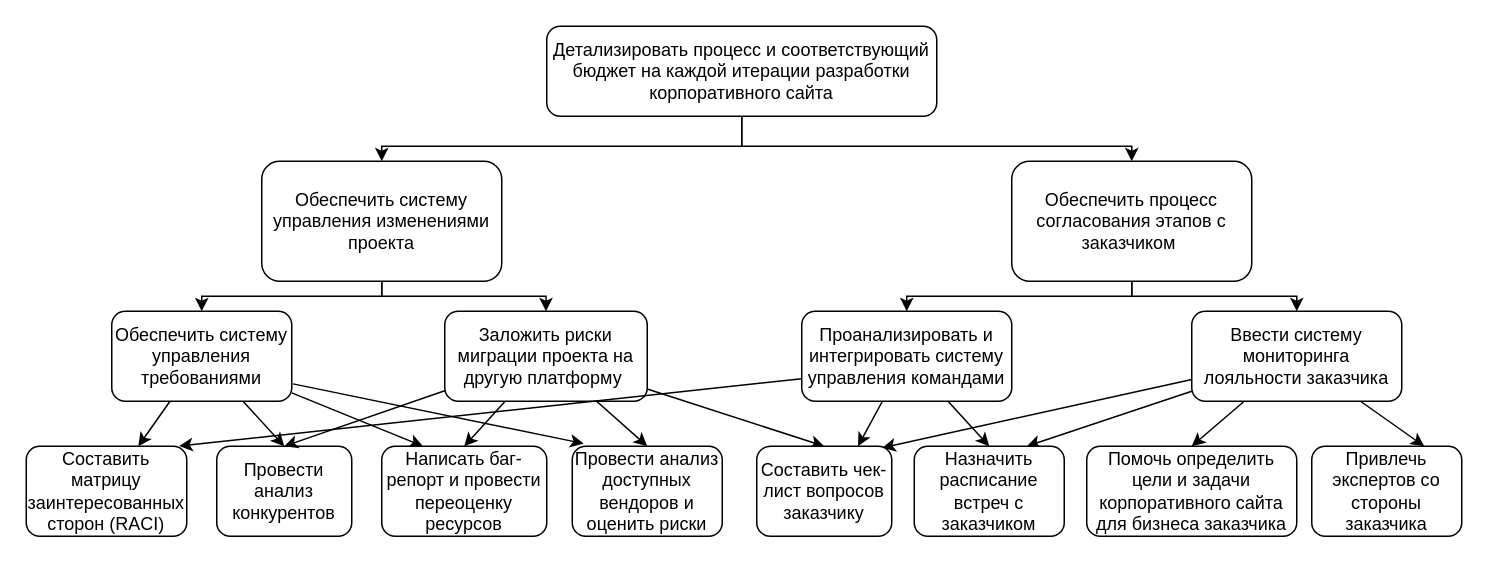
Before: page "Дерево целей (без оценки)" (8 of 9) of 3_курс/5_семестр/ТСиСА/Курсовая/диаграммы.drawio in Luzinsan/tusur, a draw.io diagram. Source tidied: cells renumbered, new cells numbered last; positions are measured from the earlier drawing's top-left corner, leaving out a move shared by most shapes. Both pictures are drawn from the tidied source at 150%, with x=0, y=0 at pixel (26, 26).
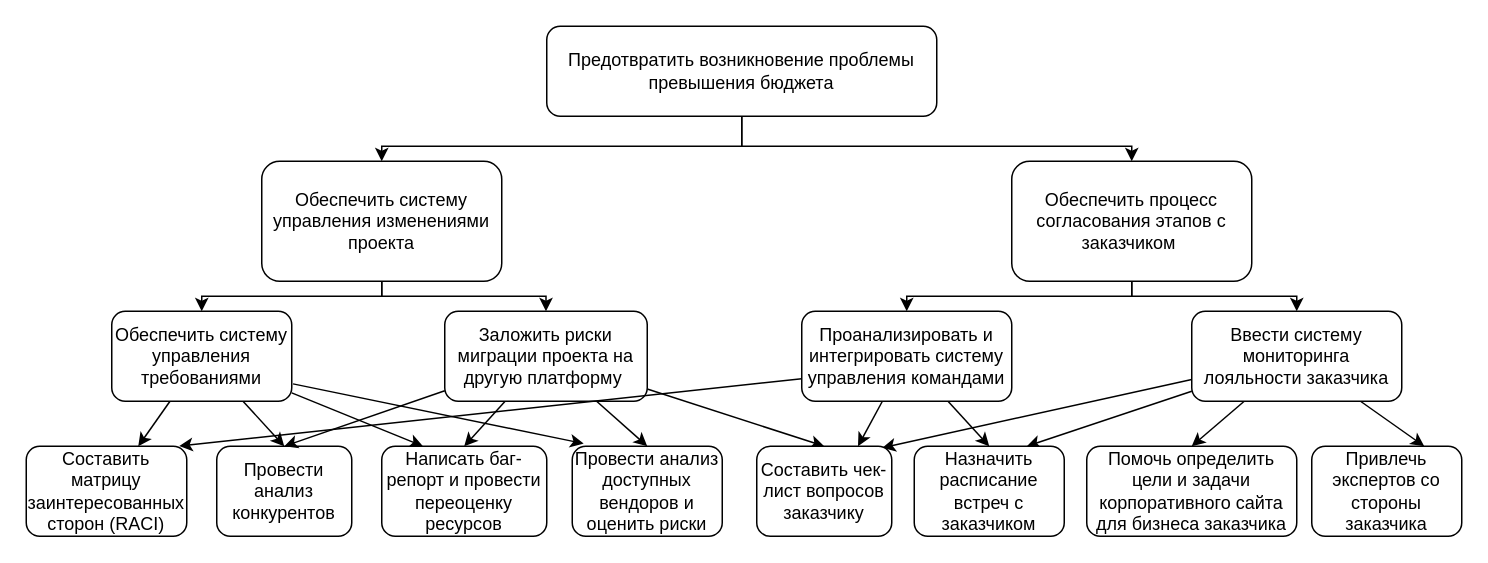
The same page after the edit.

What changed in the source:
```diff
@@
-    <mxCell id="4" value="Детализировать процесс и соответствующий бюджет на каждой итерации разработки корпоративного сайта" style="rounded=1;whiteSpace=wrap;html=1;" parent="1" vertex="1">
+    <mxCell id="4" value="Предотвратить возникновение проблемы превышения бюджета" style="rounded=1;whiteSpace=wrap;html=1;" parent="1" vertex="1">
       <mxGeometry x="347" width="260" height="60" as="geometry" />
     </mxCell>
```
